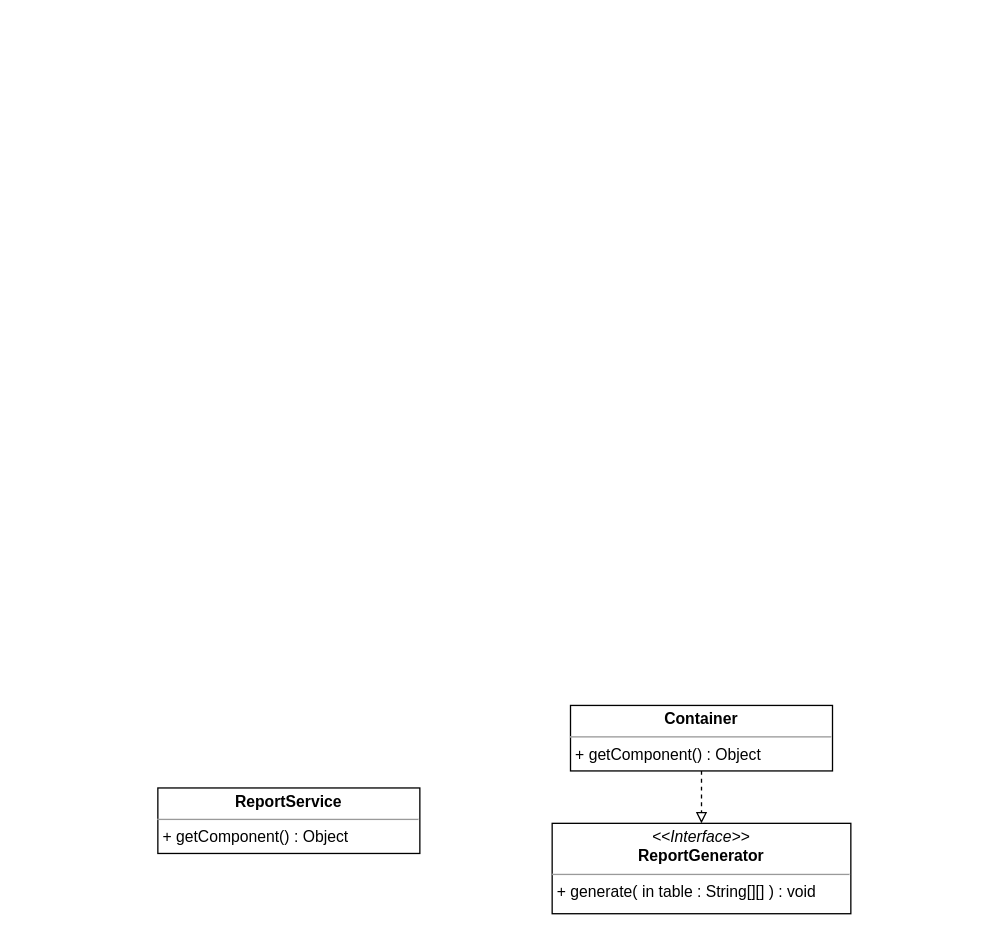
MaizaLin/drawio keeps this draw.io diagram as Untitled Diagram.drawio. Above is the earlier version. Source tidied: cells renumbered, new cells numbered last; positions are measured from the earlier drawing's top-left corner, leaving out a move shared by most shapes. Both pictures are drawn from the tidied source at 131%, with x=0, y=0 at pixel (157, 705).
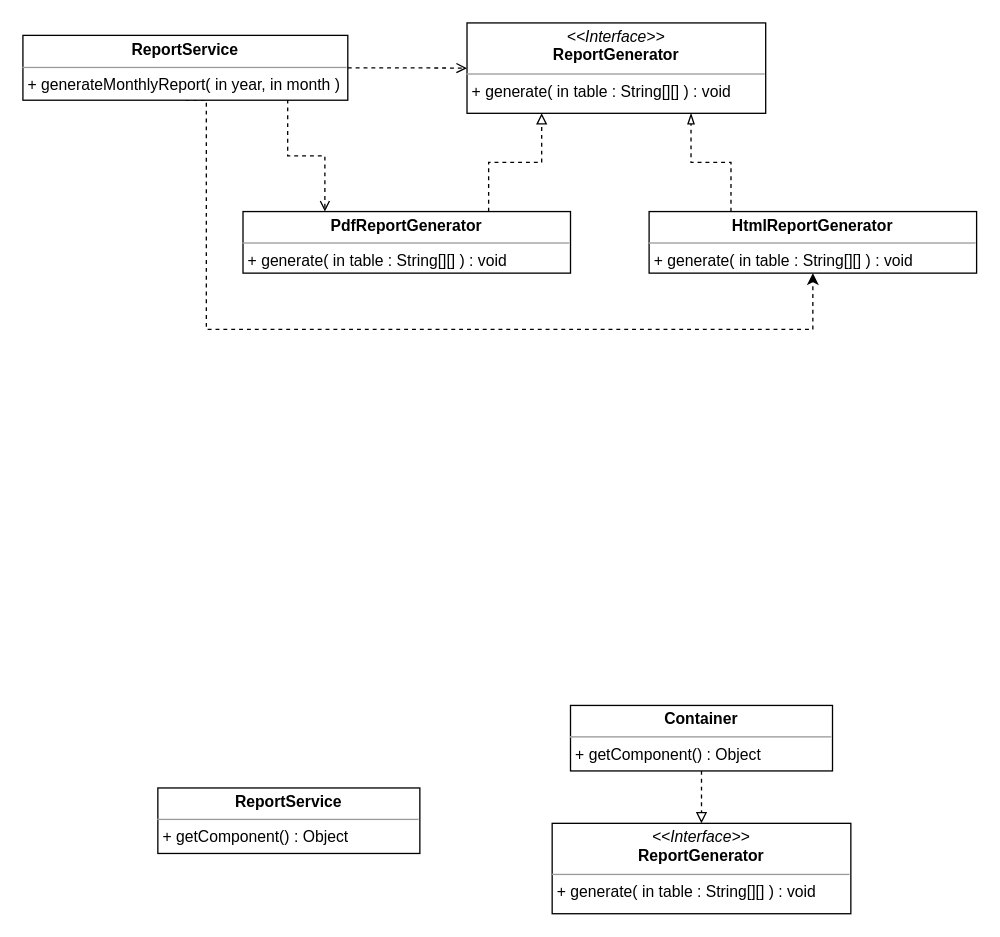
The same page after the edit.

Change to the diagram source:
```diff
@@
 <mxGraphModel>
   <root>
     <mxCell id="0" />
     <mxCell id="1" parent="0" />
     <mxCell id="2" style="edgeStyle=orthogonalEdgeStyle;rounded=0;jettySize=auto;html=1;exitX=0.5;exitY=1;exitDx=0;exitDy=0;entryX=0.5;entryY=0;entryDx=0;entryDy=0;dashed=1;endArrow=block;endFill=0;" parent="1" edge="1" source="3" target="4">
       <mxGeometry relative="1" as="geometry" />
     </mxCell>
     <mxCell id="3" value="&lt;p style=&quot;margin: 0px ; margin-top: 4px ; text-align: center&quot;&gt;&lt;span style=&quot;font-weight: 700&quot;&gt;Container&lt;/span&gt;&lt;br&gt;&lt;/p&gt;&lt;hr size=&quot;1&quot;&gt;&lt;p style=&quot;margin: 0px ; margin-left: 4px&quot;&gt;+ getComponent() : Object&lt;br&gt;&lt;/p&gt;" style="verticalAlign=top;align=left;overflow=fill;fontSize=12;fontFamily=Helvetica;html=1;" parent="1" vertex="1">
       <mxGeometry x="315" width="200" height="50" as="geometry" />
     </mxCell>
     <mxCell id="4" value="&lt;p style=&quot;margin: 0px ; margin-top: 4px ; text-align: center&quot;&gt;&lt;i&gt;&amp;lt;&amp;lt;Interface&amp;gt;&amp;gt;&lt;/i&gt;&lt;br&gt;&lt;b&gt;ReportGenerator&lt;/b&gt;&lt;/p&gt;&lt;hr size=&quot;1&quot;&gt;&lt;p style=&quot;margin: 0px ; margin-left: 4px&quot;&gt;+ generate( in table : String[][] ) : void&lt;br&gt;&lt;/p&gt;" style="verticalAlign=top;align=left;overflow=fill;fontSize=12;fontFamily=Helvetica;html=1;" parent="1" vertex="1">
       <mxGeometry x="301" y="90" width="228" height="69" as="geometry" />
     </mxCell>
     <mxCell id="5" value="&lt;p style=&quot;margin: 0px ; margin-top: 4px ; text-align: center&quot;&gt;&lt;b&gt;ReportService&lt;/b&gt;&lt;/p&gt;&lt;hr size=&quot;1&quot;&gt;&lt;p style=&quot;margin: 0px ; margin-left: 4px&quot;&gt;+ getComponent() : Object&lt;br&gt;&lt;/p&gt;" style="verticalAlign=top;align=left;overflow=fill;fontSize=12;fontFamily=Helvetica;html=1;" parent="1" vertex="1">
       <mxGeometry y="63" width="200" height="50" as="geometry" />
     </mxCell>
+    <mxCell id="6" value="&lt;p style=&quot;margin: 0px ; margin-top: 4px ; text-align: center&quot;&gt;&lt;i&gt;&amp;lt;&amp;lt;Interface&amp;gt;&amp;gt;&lt;/i&gt;&lt;br&gt;&lt;b&gt;ReportGenerator&lt;/b&gt;&lt;/p&gt;&lt;hr size=&quot;1&quot;&gt;&lt;p style=&quot;margin: 0px ; margin-left: 4px&quot;&gt;+ generate( in table : String[][] ) : void&lt;br&gt;&lt;/p&gt;" style="verticalAlign=top;align=left;overflow=fill;fontSize=12;fontFamily=Helvetica;html=1;" parent="1" vertex="1">
+      <mxGeometry x="236" y="-521" width="228" height="69" as="geometry" />
+    </mxCell>
+    <mxCell id="7" style="edgeStyle=orthogonalEdgeStyle;rounded=0;jettySize=auto;html=1;endArrow=open;endFill=0;exitX=0.815;exitY=0.99;exitDx=0;exitDy=0;exitPerimeter=0;entryX=0.25;entryY=0;entryDx=0;entryDy=0;dashed=1;" parent="1" edge="1" source="9" target="12">
+      <mxGeometry relative="1" as="geometry" />
+    </mxCell>
+    <mxCell id="8" style="edgeStyle=orthogonalEdgeStyle;rounded=0;jettySize=auto;html=1;exitX=0.5;exitY=1;exitDx=0;exitDy=0;entryX=0.5;entryY=1;entryDx=0;entryDy=0;dashed=1;endArrow=classic;endFill=1;" parent="1" edge="1" source="9" target="14">
+      <mxGeometry relative="1" as="geometry">
+        <Array as="points">
+          <mxPoint x="37" y="-287" />
+          <mxPoint x="500" y="-287" />
+        </Array>
+      </mxGeometry>
+    </mxCell>
+    <mxCell id="9" value="&lt;p style=&quot;margin: 0px ; margin-top: 4px ; text-align: center&quot;&gt;&lt;b&gt;ReportService&lt;/b&gt;&lt;/p&gt;&lt;hr size=&quot;1&quot;&gt;&lt;p style=&quot;margin: 0px ; margin-left: 4px&quot;&gt;+ generateMonthlyReport( in year, in month )&lt;br&gt;&lt;/p&gt;" style="verticalAlign=top;align=left;overflow=fill;fontSize=12;fontFamily=Helvetica;html=1;" parent="1" vertex="1">
+      <mxGeometry x="-103" y="-511.5" width="248" height="49.5" as="geometry" />
+    </mxCell>
+    <mxCell id="10" style="edgeStyle=orthogonalEdgeStyle;rounded=0;jettySize=auto;html=1;exitX=1;exitY=0.5;exitDx=0;exitDy=0;dashed=1;endArrow=open;endFill=0;entryX=0;entryY=0.5;entryDx=0;entryDy=0;" parent="1" edge="1" source="9" target="6">
+      <mxGeometry relative="1" as="geometry" />
+    </mxCell>
+    <mxCell id="11" style="edgeStyle=orthogonalEdgeStyle;rounded=0;jettySize=auto;html=1;exitX=0.75;exitY=0;exitDx=0;exitDy=0;entryX=0.25;entryY=1;entryDx=0;entryDy=0;endArrow=block;endFill=0;dashed=1;" parent="1" edge="1" source="12" target="6">
+      <mxGeometry relative="1" as="geometry" />
+    </mxCell>
+    <mxCell id="12" value="&lt;p style=&quot;margin: 0px ; margin-top: 4px ; text-align: center&quot;&gt;&lt;b&gt;PdfReportGenerator&lt;/b&gt;&lt;/p&gt;&lt;hr size=&quot;1&quot;&gt;&lt;p style=&quot;margin: 0px ; margin-left: 4px&quot;&gt;+ generate( in table : String[][] ) : void&lt;br&gt;&lt;/p&gt;" style="verticalAlign=top;align=left;overflow=fill;fontSize=12;fontFamily=Helvetica;html=1;" parent="1" vertex="1">
+      <mxGeometry x="65" y="-377" width="250" height="47" as="geometry" />
+    </mxCell>
+    <mxCell id="13" style="edgeStyle=orthogonalEdgeStyle;rounded=0;jettySize=auto;html=1;exitX=0.25;exitY=0;exitDx=0;exitDy=0;entryX=0.75;entryY=1;entryDx=0;entryDy=0;endArrow=blockThin;endFill=0;dashed=1;" parent="1" edge="1" source="14" target="6">
+      <mxGeometry relative="1" as="geometry" />
+    </mxCell>
+    <mxCell id="14" value="&lt;p style=&quot;margin: 0px ; margin-top: 4px ; text-align: center&quot;&gt;&lt;b&gt;HtmlReportGenerator&lt;/b&gt;&lt;br&gt;&lt;/p&gt;&lt;hr size=&quot;1&quot;&gt;&lt;p style=&quot;margin: 0px ; margin-left: 4px&quot;&gt;+ generate( in table : String[][] ) : void&lt;br&gt;&lt;/p&gt;" style="verticalAlign=top;align=left;overflow=fill;fontSize=12;fontFamily=Helvetica;html=1;" parent="1" vertex="1">
+      <mxGeometry x="375" y="-377" width="250" height="47" as="geometry" />
+    </mxCell>
   </root>
 </mxGraphModel>
```
